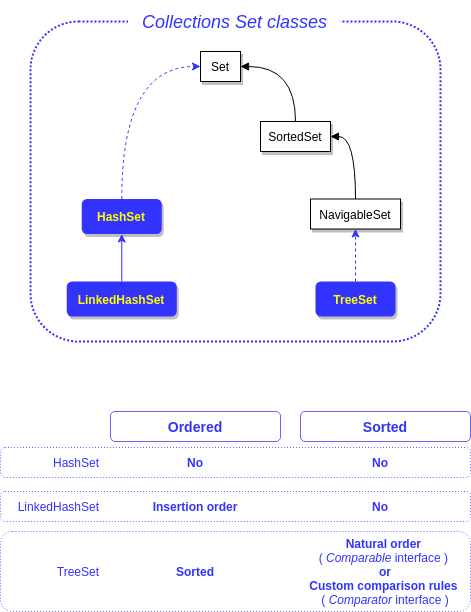
Before: generics_and_collections/readme_resources/collections-set-classes.png, a diagram exported from draw.io (giuseppeiacono/OCP-Java-SE-8). Source tidied: cells renumbered, new cells last; positions are measured from the earlier drawing's top-left corner, leaving out a move shared by most shapes. The source it was exported from:
```xml
<mxGraphModel>
  <root>
    <mxCell id="0" />
    <mxCell id="1" parent="0" />
    <mxCell id="2" style="rounded=1;whiteSpace=wrap;html=1;strokeColor=#6666FF;fillColor=none;fontColor=#3333FF;align=left;dashed=1;dashPattern=1 2;" parent="1" vertex="1">
      <mxGeometry y="446" width="470" height="30" as="geometry" />
    </mxCell>
    <mxCell id="3" style="rounded=1;whiteSpace=wrap;html=1;shadow=0;fontSize=22;dashed=1;dashPattern=1 1;strokeColor=#3333FF;strokeWidth=2;" parent="1" vertex="1">
      <mxGeometry x="30" y="20" width="410" height="320" as="geometry" />
    </mxCell>
    <mxCell id="4" value="&lt;div&gt;&lt;span style=&quot;font-style: italic ; font-weight: 400 ; letter-spacing: normal ; text-indent: 0px ; text-transform: none ; word-spacing: 0px ; float: none ; display: inline&quot;&gt;&lt;font style=&quot;font-size: 18px&quot;&gt;&amp;nbsp;Collections Set classes&amp;nbsp;&lt;/font&gt;&lt;/span&gt;&lt;/div&gt;" style="rounded=1;whiteSpace=wrap;html=1;shadow=0;dashed=1;dashPattern=1 1;labelBackgroundColor=none;strokeColor=none;strokeWidth=2;fillColor=#ffffff;fontFamily=Helvetica;fontSize=19;fontColor=#3333FF;verticalAlign=middle;align=center;" parent="1" vertex="1">
      <mxGeometry x="127.5" width="212.5" height="40" as="geometry" />
    </mxCell>
    <mxCell id="5" value="Set" style="rounded=0;whiteSpace=wrap;html=1;shadow=1;" parent="1" vertex="1">
      <mxGeometry x="200" y="50" width="40" height="30" as="geometry" />
    </mxCell>
    <mxCell id="6" style="edgeStyle=orthogonalEdgeStyle;curved=1;jettySize=auto;html=1;entryX=1;entryY=0.5;entryDx=0;entryDy=0;endArrow=block;endFill=1;fontSize=26;" parent="1" edge="1" source="7" target="9">
      <mxGeometry relative="1" as="geometry" />
    </mxCell>
    <mxCell id="7" value="NavigableSet" style="rounded=0;whiteSpace=wrap;html=1;shadow=1;" parent="1" vertex="1">
      <mxGeometry x="310" y="197.5" width="90" height="30" as="geometry" />
    </mxCell>
    <mxCell id="8" style="edgeStyle=orthogonalEdgeStyle;curved=1;jettySize=auto;html=1;entryX=1;entryY=0.5;entryDx=0;entryDy=0;endArrow=block;endFill=1;fontSize=26;exitX=0.5;exitY=0;exitDx=0;exitDy=0;" parent="1" edge="1" source="9" target="5">
      <mxGeometry relative="1" as="geometry" />
    </mxCell>
    <mxCell id="9" value="SortedSet" style="rounded=0;whiteSpace=wrap;html=1;shadow=1;" parent="1" vertex="1">
      <mxGeometry x="260" y="120" width="70" height="30" as="geometry" />
    </mxCell>
    <mxCell id="10" style="edgeStyle=orthogonalEdgeStyle;jettySize=auto;html=1;entryX=0;entryY=0.5;entryDx=0;entryDy=0;dashed=1;strokeColor=#3333FF;fontColor=#663300;curved=1;exitX=0.5;exitY=0;exitDx=0;exitDy=0;" parent="1" edge="1" source="11" target="5">
      <mxGeometry relative="1" as="geometry" />
    </mxCell>
    <mxCell id="11" value="HashSet" style="rounded=1;whiteSpace=wrap;html=1;strokeColor=none;fillColor=#3333FF;fontColor=#FFFF00;fontStyle=1;shadow=1;" parent="1" vertex="1">
      <mxGeometry x="81.2" y="197.5" width="80" height="35" as="geometry" />
    </mxCell>
    <mxCell id="12" style="edgeStyle=orthogonalEdgeStyle;rounded=0;jettySize=auto;html=1;entryX=0.5;entryY=1;entryDx=0;entryDy=0;fontColor=#663300;strokeColor=#3333FF;" parent="1" edge="1" source="13" target="11">
      <mxGeometry relative="1" as="geometry" />
    </mxCell>
    <mxCell id="13" value="LinkedHashSet" style="rounded=1;whiteSpace=wrap;html=1;strokeColor=none;fillColor=#3333FF;fontColor=#FFFF00;fontStyle=1;shadow=1;" parent="1" vertex="1">
      <mxGeometry x="66.2" y="280" width="110" height="35" as="geometry" />
    </mxCell>
    <mxCell id="14" style="edgeStyle=orthogonalEdgeStyle;rounded=0;jettySize=auto;html=1;entryX=0.5;entryY=1;entryDx=0;entryDy=0;fontColor=#663300;dashed=1;strokeColor=#3333FF;" parent="1" edge="1" source="15" target="7">
      <mxGeometry relative="1" as="geometry" />
    </mxCell>
    <mxCell id="15" value="TreeSet" style="rounded=1;whiteSpace=wrap;html=1;strokeColor=none;fillColor=#3333FF;fontColor=#FFFF00;fontStyle=1;shadow=1;" parent="1" vertex="1">
      <mxGeometry x="315" y="280" width="80" height="35" as="geometry" />
    </mxCell>
    <mxCell id="16" value="HashSet" style="text;html=1;align=right;verticalAlign=middle;fontColor=#3333FF;" parent="1" vertex="1">
      <mxGeometry x="40" y="451" width="60" height="20" as="geometry" />
    </mxCell>
    <mxCell id="17" value="&lt;span&gt;No&lt;/span&gt;" style="rounded=0;whiteSpace=wrap;html=1;dashed=1;dashPattern=1 2;strokeColor=none;fillColor=none;fontColor=#3333FF;align=center;fontStyle=1;" parent="1" vertex="1">
      <mxGeometry x="110" y="446" width="170" height="30" as="geometry" />
    </mxCell>
    <mxCell id="18" value="&lt;span&gt;No&lt;br&gt;&lt;/span&gt;" style="rounded=0;whiteSpace=wrap;html=1;dashed=1;dashPattern=1 2;strokeColor=none;fillColor=none;fontColor=#3333FF;align=center;fontStyle=1;" parent="1" vertex="1">
      <mxGeometry x="300" y="446" width="160" height="30" as="geometry" />
    </mxCell>
    <mxCell id="19" style="rounded=1;whiteSpace=wrap;html=1;strokeColor=#6666FF;fillColor=none;fontColor=#3333FF;align=left;dashed=1;dashPattern=1 2;" parent="1" vertex="1">
      <mxGeometry y="530" width="470" height="80" as="geometry" />
    </mxCell>
    <mxCell id="20" value="TreeSet" style="text;html=1;align=right;verticalAlign=middle;fontColor=#3333FF;" parent="1" vertex="1">
      <mxGeometry x="40" y="560" width="60" height="20" as="geometry" />
    </mxCell>
    <mxCell id="21" value="&lt;span&gt;Sorted&lt;/span&gt;" style="rounded=0;whiteSpace=wrap;html=1;dashed=1;dashPattern=1 2;strokeColor=none;fillColor=none;fontColor=#3333FF;align=center;fontStyle=1;" parent="1" vertex="1">
      <mxGeometry x="110" y="530" width="170" height="80" as="geometry" />
    </mxCell>
    <mxCell id="22" style="rounded=1;whiteSpace=wrap;html=1;strokeColor=#6666FF;fillColor=none;fontColor=#3333FF;align=left;dashed=1;dashPattern=1 2;" parent="1" vertex="1">
      <mxGeometry y="490" width="470" height="30" as="geometry" />
    </mxCell>
    <mxCell id="23" value="LinkedHashSet" style="text;html=1;align=right;verticalAlign=middle;fontColor=#3333FF;" parent="1" vertex="1">
      <mxGeometry y="495" width="100" height="20" as="geometry" />
    </mxCell>
    <mxCell id="24" value="&lt;span&gt;Insertion order&lt;br&gt;&lt;/span&gt;" style="rounded=0;whiteSpace=wrap;html=1;dashed=1;dashPattern=1 2;strokeColor=none;fillColor=none;fontColor=#3333FF;align=center;fontStyle=1;" parent="1" vertex="1">
      <mxGeometry x="110" y="490" width="170" height="30" as="geometry" />
    </mxCell>
    <mxCell id="25" value="Natural order &lt;br&gt;&lt;span style=&quot;font-weight: normal&quot;&gt;( &lt;i&gt;Comparable&lt;/i&gt; interface )&lt;/span&gt;&amp;nbsp;&lt;br&gt;or&lt;br&gt;Custom comparison rules &lt;br&gt;&lt;span style=&quot;font-weight: normal&quot;&gt;(&amp;nbsp;&lt;i&gt;Comparator &lt;/i&gt;interface )&lt;/span&gt;" style="rounded=0;whiteSpace=wrap;html=1;dashed=1;dashPattern=1 2;strokeColor=none;fillColor=none;fontColor=#3333FF;align=center;fontStyle=1;" parent="1" vertex="1">
      <mxGeometry x="300" y="530" width="170" height="80" as="geometry" />
    </mxCell>
    <mxCell id="26" value="&lt;span&gt;&lt;b&gt;No&lt;/b&gt;&lt;br&gt;&lt;/span&gt;" style="rounded=0;whiteSpace=wrap;html=1;dashed=1;dashPattern=1 2;strokeColor=none;fillColor=none;fontColor=#3333FF;align=center;fontStyle=0;" parent="1" vertex="1">
      <mxGeometry x="300" y="490" width="160" height="30" as="geometry" />
    </mxCell>
    <mxCell id="27" value="&lt;b&gt;Ordered&lt;/b&gt;" style="rounded=1;whiteSpace=wrap;html=1;shadow=0;glass=0;comic=0;strokeColor=#6666FF;fillColor=none;fontSize=14;fontColor=#3333FF;align=center;" parent="1" vertex="1">
      <mxGeometry x="110" y="410" width="170" height="30" as="geometry" />
    </mxCell>
    <mxCell id="28" value="&lt;b&gt;Sorted&lt;/b&gt;" style="rounded=1;whiteSpace=wrap;html=1;shadow=0;glass=0;comic=0;strokeColor=#6666FF;fillColor=none;fontSize=14;fontColor=#3333FF;align=center;" parent="1" vertex="1">
      <mxGeometry x="300" y="410" width="170" height="30" as="geometry" />
    </mxCell>
  </root>
</mxGraphModel>
```
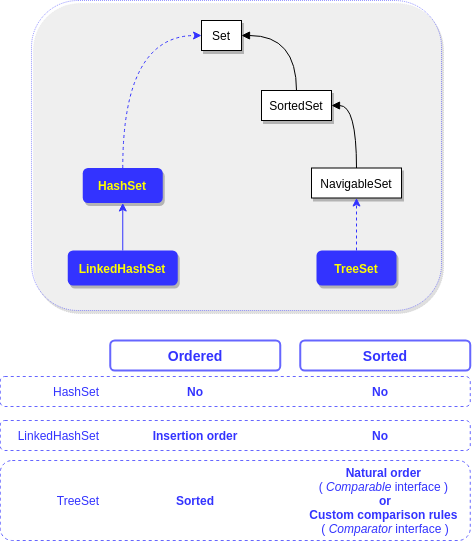
The same diagram one commit later.

Diff of the diagram source:
```diff
@@ -2,47 +2,44 @@
   <root>
     <mxCell id="0" />
     <mxCell id="1" parent="0" />
-    <mxCell id="2" style="rounded=1;whiteSpace=wrap;html=1;strokeColor=#6666FF;fillColor=none;fontColor=#3333FF;align=left;dashed=1;dashPattern=1 2;" parent="1" vertex="1">
-      <mxGeometry y="446" width="470" height="30" as="geometry" />
+    <mxCell id="2" style="rounded=1;whiteSpace=wrap;html=1;strokeColor=#6666FF;fillColor=none;fontColor=#3333FF;align=left;dashed=1;strokeWidth=1;" parent="1" vertex="1">
+      <mxGeometry x="-0.1" y="446" width="470" height="30" as="geometry" />
     </mxCell>
-    <mxCell id="3" style="rounded=1;whiteSpace=wrap;html=1;shadow=0;fontSize=22;dashed=1;dashPattern=1 1;strokeColor=#3333FF;strokeWidth=2;" parent="1" vertex="1">
-      <mxGeometry x="30" y="20" width="410" height="320" as="geometry" />
+    <mxCell id="3" style="rounded=1;whiteSpace=wrap;html=1;shadow=1;fontSize=22;dashed=1;dashPattern=1 1;strokeColor=#3333FF;strokeWidth=1;opacity=50;" parent="1" vertex="1">
+      <mxGeometry x="31.2" y="70" width="410" height="310" as="geometry" />
     </mxCell>
-    <mxCell id="4" value="&lt;div&gt;&lt;span style=&quot;font-style: italic ; font-weight: 400 ; letter-spacing: normal ; text-indent: 0px ; text-transform: none ; word-spacing: 0px ; float: none ; display: inline&quot;&gt;&lt;font style=&quot;font-size: 18px&quot;&gt;&amp;nbsp;Collections Set classes&amp;nbsp;&lt;/font&gt;&lt;/span&gt;&lt;/div&gt;" style="rounded=1;whiteSpace=wrap;html=1;shadow=0;dashed=1;dashPattern=1 1;labelBackgroundColor=none;strokeColor=none;strokeWidth=2;fillColor=#ffffff;fontFamily=Helvetica;fontSize=19;fontColor=#3333FF;verticalAlign=middle;align=center;" parent="1" vertex="1">
-      <mxGeometry x="127.5" width="212.5" height="40" as="geometry" />
-    </mxCell>
     <mxCell id="5" value="Set" style="rounded=0;whiteSpace=wrap;html=1;shadow=1;" parent="1" vertex="1">
-      <mxGeometry x="200" y="50" width="40" height="30" as="geometry" />
+      <mxGeometry x="201.2" y="90" width="40" height="30" as="geometry" />
     </mxCell>
     <mxCell id="6" style="edgeStyle=orthogonalEdgeStyle;curved=1;jettySize=auto;html=1;entryX=1;entryY=0.5;entryDx=0;entryDy=0;endArrow=block;endFill=1;fontSize=26;" parent="1" edge="1" source="7" target="9">
       <mxGeometry relative="1" as="geometry" />
     </mxCell>
     <mxCell id="7" value="NavigableSet" style="rounded=0;whiteSpace=wrap;html=1;shadow=1;" parent="1" vertex="1">
-      <mxGeometry x="310" y="197.5" width="90" height="30" as="geometry" />
+      <mxGeometry x="311.2" y="237.5" width="90" height="30" as="geometry" />
     </mxCell>
     <mxCell id="8" style="edgeStyle=orthogonalEdgeStyle;curved=1;jettySize=auto;html=1;entryX=1;entryY=0.5;entryDx=0;entryDy=0;endArrow=block;endFill=1;fontSize=26;exitX=0.5;exitY=0;exitDx=0;exitDy=0;" parent="1" edge="1" source="9" target="5">
       <mxGeometry relative="1" as="geometry" />
     </mxCell>
     <mxCell id="9" value="SortedSet" style="rounded=0;whiteSpace=wrap;html=1;shadow=1;" parent="1" vertex="1">
-      <mxGeometry x="260" y="120" width="70" height="30" as="geometry" />
+      <mxGeometry x="261.2" y="160" width="70" height="30" as="geometry" />
     </mxCell>
     <mxCell id="10" style="edgeStyle=orthogonalEdgeStyle;jettySize=auto;html=1;entryX=0;entryY=0.5;entryDx=0;entryDy=0;dashed=1;strokeColor=#3333FF;fontColor=#663300;curved=1;exitX=0.5;exitY=0;exitDx=0;exitDy=0;" parent="1" edge="1" source="11" target="5">
       <mxGeometry relative="1" as="geometry" />
     </mxCell>
     <mxCell id="11" value="HashSet" style="rounded=1;whiteSpace=wrap;html=1;strokeColor=none;fillColor=#3333FF;fontColor=#FFFF00;fontStyle=1;shadow=1;" parent="1" vertex="1">
-      <mxGeometry x="81.2" y="197.5" width="80" height="35" as="geometry" />
+      <mxGeometry x="82.5" y="237.5" width="80" height="35" as="geometry" />
     </mxCell>
     <mxCell id="12" style="edgeStyle=orthogonalEdgeStyle;rounded=0;jettySize=auto;html=1;entryX=0.5;entryY=1;entryDx=0;entryDy=0;fontColor=#663300;strokeColor=#3333FF;" parent="1" edge="1" source="13" target="11">
       <mxGeometry relative="1" as="geometry" />
     </mxCell>
     <mxCell id="13" value="LinkedHashSet" style="rounded=1;whiteSpace=wrap;html=1;strokeColor=none;fillColor=#3333FF;fontColor=#FFFF00;fontStyle=1;shadow=1;" parent="1" vertex="1">
-      <mxGeometry x="66.2" y="280" width="110" height="35" as="geometry" />
+      <mxGeometry x="67.5" y="320" width="110" height="35" as="geometry" />
     </mxCell>
     <mxCell id="14" style="edgeStyle=orthogonalEdgeStyle;rounded=0;jettySize=auto;html=1;entryX=0.5;entryY=1;entryDx=0;entryDy=0;fontColor=#663300;dashed=1;strokeColor=#3333FF;" parent="1" edge="1" source="15" target="7">
       <mxGeometry relative="1" as="geometry" />
     </mxCell>
     <mxCell id="15" value="TreeSet" style="rounded=1;whiteSpace=wrap;html=1;strokeColor=none;fillColor=#3333FF;fontColor=#FFFF00;fontStyle=1;shadow=1;" parent="1" vertex="1">
-      <mxGeometry x="315" y="280" width="80" height="35" as="geometry" />
+      <mxGeometry x="316.2" y="320" width="80" height="35" as="geometry" />
     </mxCell>
     <mxCell id="16" value="HashSet" style="text;html=1;align=right;verticalAlign=middle;fontColor=#3333FF;" parent="1" vertex="1">
       <mxGeometry x="40" y="451" width="60" height="20" as="geometry" />
@@ -51,10 +48,10 @@
       <mxGeometry x="110" y="446" width="170" height="30" as="geometry" />
     </mxCell>
     <mxCell id="18" value="&lt;span&gt;No&lt;br&gt;&lt;/span&gt;" style="rounded=0;whiteSpace=wrap;html=1;dashed=1;dashPattern=1 2;strokeColor=none;fillColor=none;fontColor=#3333FF;align=center;fontStyle=1;" parent="1" vertex="1">
-      <mxGeometry x="300" y="446" width="160" height="30" as="geometry" />
+      <mxGeometry x="299.9" y="446" width="160" height="30" as="geometry" />
     </mxCell>
-    <mxCell id="19" style="rounded=1;whiteSpace=wrap;html=1;strokeColor=#6666FF;fillColor=none;fontColor=#3333FF;align=left;dashed=1;dashPattern=1 2;" parent="1" vertex="1">
-      <mxGeometry y="530" width="470" height="80" as="geometry" />
+    <mxCell id="19" style="rounded=1;whiteSpace=wrap;html=1;strokeColor=#6666FF;fillColor=none;fontColor=#3333FF;align=left;dashed=1;" parent="1" vertex="1">
+      <mxGeometry x="-0.1" y="530" width="470" height="80" as="geometry" />
     </mxCell>
     <mxCell id="20" value="TreeSet" style="text;html=1;align=right;verticalAlign=middle;fontColor=#3333FF;" parent="1" vertex="1">
       <mxGeometry x="40" y="560" width="60" height="20" as="geometry" />
@@ -62,26 +59,26 @@
     <mxCell id="21" value="&lt;span&gt;Sorted&lt;/span&gt;" style="rounded=0;whiteSpace=wrap;html=1;dashed=1;dashPattern=1 2;strokeColor=none;fillColor=none;fontColor=#3333FF;align=center;fontStyle=1;" parent="1" vertex="1">
       <mxGeometry x="110" y="530" width="170" height="80" as="geometry" />
     </mxCell>
-    <mxCell id="22" style="rounded=1;whiteSpace=wrap;html=1;strokeColor=#6666FF;fillColor=none;fontColor=#3333FF;align=left;dashed=1;dashPattern=1 2;" parent="1" vertex="1">
-      <mxGeometry y="490" width="470" height="30" as="geometry" />
+    <mxCell id="22" style="rounded=1;whiteSpace=wrap;html=1;strokeColor=#6666FF;fillColor=none;fontColor=#3333FF;align=left;dashed=1;" parent="1" vertex="1">
+      <mxGeometry x="-0.1" y="490" width="470" height="30" as="geometry" />
     </mxCell>
-    <mxCell id="23" value="LinkedHashSet" style="text;html=1;align=right;verticalAlign=middle;fontColor=#3333FF;" parent="1" vertex="1">
-      <mxGeometry y="495" width="100" height="20" as="geometry" />
+    <mxCell id="23" value="LinkedHashSet" style="text;html=1;align=right;verticalAlign=middle;fontColor=#3333FF;dashed=1;" parent="1" vertex="1">
+      <mxGeometry x="-0.1" y="495" width="100" height="20" as="geometry" />
     </mxCell>
     <mxCell id="24" value="&lt;span&gt;Insertion order&lt;br&gt;&lt;/span&gt;" style="rounded=0;whiteSpace=wrap;html=1;dashed=1;dashPattern=1 2;strokeColor=none;fillColor=none;fontColor=#3333FF;align=center;fontStyle=1;" parent="1" vertex="1">
       <mxGeometry x="110" y="490" width="170" height="30" as="geometry" />
     </mxCell>
     <mxCell id="25" value="Natural order &lt;br&gt;&lt;span style=&quot;font-weight: normal&quot;&gt;( &lt;i&gt;Comparable&lt;/i&gt; interface )&lt;/span&gt;&amp;nbsp;&lt;br&gt;or&lt;br&gt;Custom comparison rules &lt;br&gt;&lt;span style=&quot;font-weight: normal&quot;&gt;(&amp;nbsp;&lt;i&gt;Comparator &lt;/i&gt;interface )&lt;/span&gt;" style="rounded=0;whiteSpace=wrap;html=1;dashed=1;dashPattern=1 2;strokeColor=none;fillColor=none;fontColor=#3333FF;align=center;fontStyle=1;" parent="1" vertex="1">
-      <mxGeometry x="300" y="530" width="170" height="80" as="geometry" />
+      <mxGeometry x="299.9" y="530" width="170" height="80" as="geometry" />
     </mxCell>
     <mxCell id="26" value="&lt;span&gt;&lt;b&gt;No&lt;/b&gt;&lt;br&gt;&lt;/span&gt;" style="rounded=0;whiteSpace=wrap;html=1;dashed=1;dashPattern=1 2;strokeColor=none;fillColor=none;fontColor=#3333FF;align=center;fontStyle=0;" parent="1" vertex="1">
-      <mxGeometry x="300" y="490" width="160" height="30" as="geometry" />
+      <mxGeometry x="299.9" y="490" width="160" height="30" as="geometry" />
     </mxCell>
-    <mxCell id="27" value="&lt;b&gt;Ordered&lt;/b&gt;" style="rounded=1;whiteSpace=wrap;html=1;shadow=0;glass=0;comic=0;strokeColor=#6666FF;fillColor=none;fontSize=14;fontColor=#3333FF;align=center;" parent="1" vertex="1">
+    <mxCell id="27" value="&lt;b&gt;Ordered&lt;/b&gt;" style="rounded=1;whiteSpace=wrap;html=1;shadow=0;glass=0;comic=0;strokeColor=#6666FF;fillColor=none;fontSize=14;fontColor=#3333FF;align=center;strokeWidth=2;" parent="1" vertex="1">
       <mxGeometry x="110" y="410" width="170" height="30" as="geometry" />
     </mxCell>
-    <mxCell id="28" value="&lt;b&gt;Sorted&lt;/b&gt;" style="rounded=1;whiteSpace=wrap;html=1;shadow=0;glass=0;comic=0;strokeColor=#6666FF;fillColor=none;fontSize=14;fontColor=#3333FF;align=center;" parent="1" vertex="1">
-      <mxGeometry x="300" y="410" width="170" height="30" as="geometry" />
+    <mxCell id="28" value="&lt;b&gt;Sorted&lt;/b&gt;" style="rounded=1;whiteSpace=wrap;html=1;shadow=0;glass=0;comic=0;strokeColor=#6666FF;fillColor=none;fontSize=14;fontColor=#3333FF;align=center;strokeWidth=2;" parent="1" vertex="1">
+      <mxGeometry x="299.9" y="410" width="170" height="30" as="geometry" />
     </mxCell>
   </root>
 </mxGraphModel>
```
